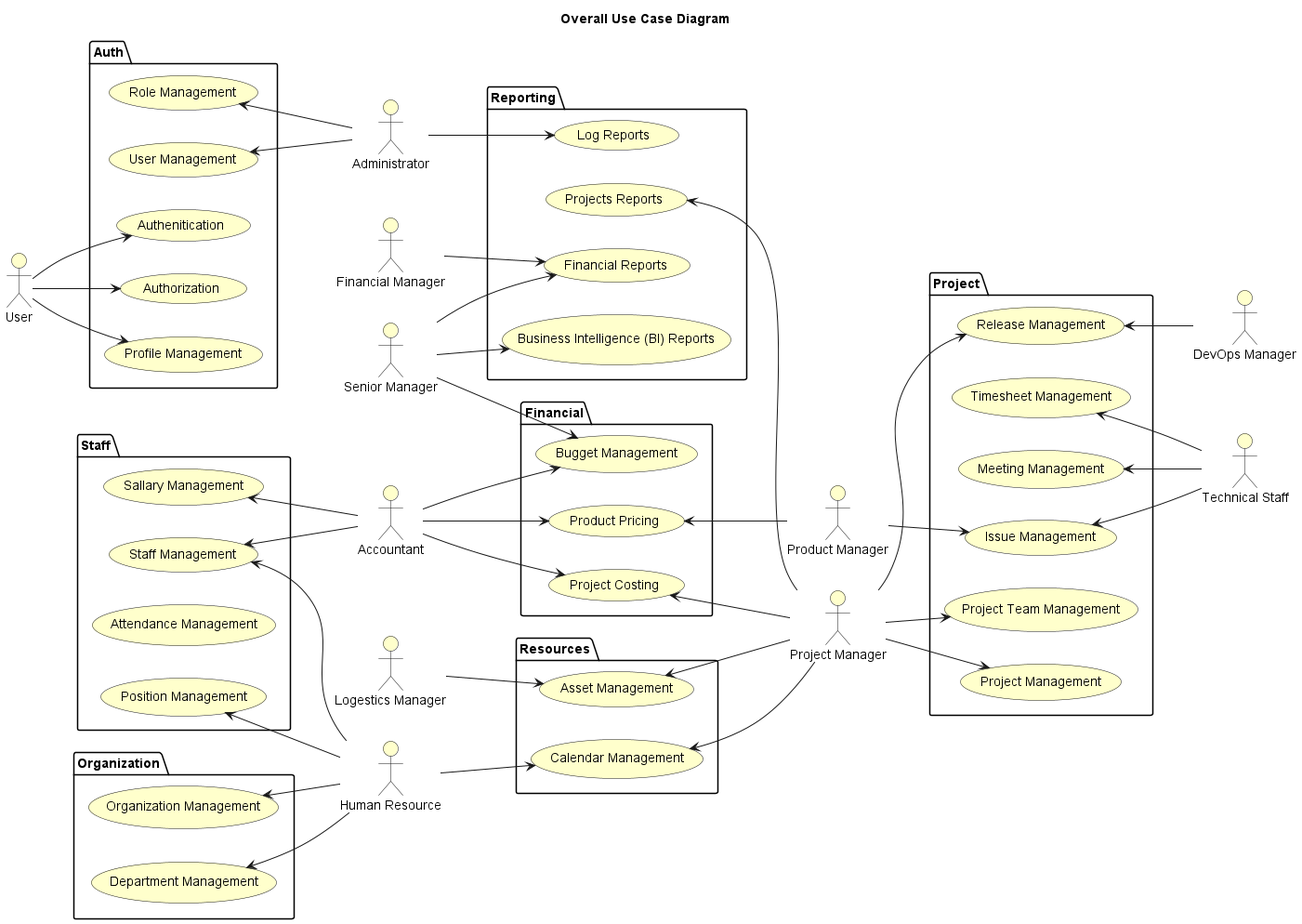
Above: HorizonUml/out/UseCase/Use Case/Overall/OverallUseCaseDiagram.png in mahyaresteki/Horizon (PlantUML), before the change.
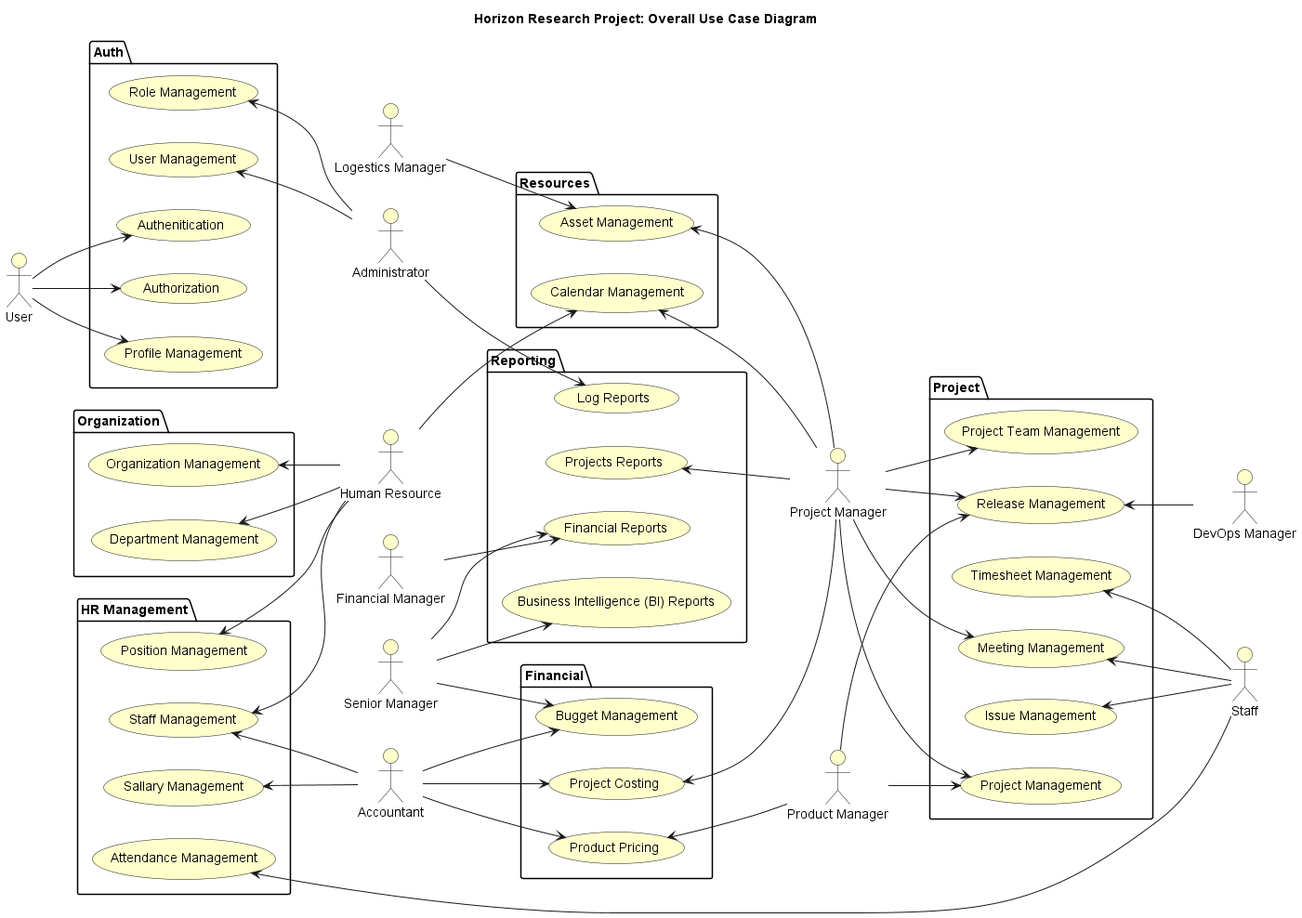
Later version of the same file.

Change to the diagram source:
```diff
@@ -4,7 +4,7 @@
 skinparam useCaseBackgroundColor #Business
 skinparam actorBackgroundColor #Business
 
-title Overall Use Case Diagram
+title Horizon Research Project: Overall Use Case Diagram
 
 :User: as User
 :Senior Manager: as SeniorManager
@@ -13,10 +13,12 @@
 :Administrator: as Admin
 :Human Resource: as HR
 :Accountant: as Accountant
-:Technical Staff: as TechnicalStaff
+:Staff: as Staff
 :DevOps Manager: as DevOpsManager
 :Logestics Manager: as LogesticsManager
 :Product Manager: as ProductManager
+:Staff: as Staff
+
 
 package "Auth"{
     usecase "Role Management" as roleManagement
@@ -31,7 +33,7 @@
     usecase "Department Management" as departmentManagement
 }
 
-package "Staff"{
+package "HR Management"{
     usecase "Position Management" as positionManagement
     usecase "Staff Management" as staffManagement
     usecase "Attendance Management" as attendanceManagement
@@ -71,6 +73,7 @@
 User --> authentication
 User --> authorization
 User --> profileManagement
+Staff --> attendanceManagement
 roleManagement <-- Admin
 userManagement <-- Admin
 staffManagement <-- HR
@@ -80,7 +83,6 @@
 Accountant --> pricing
 Accountant --> bugget
 pricing <-- ProductManager
-ProductManager --> issueManagement
 costing <-- PMO
 SeniorManager --> bugget
 positionManagement <-- HR
@@ -89,15 +91,18 @@
 PMO --> projectManagement
 PMO --> projectTeamManagement
 PMO --> releaseManagement
+PMO --> meetingManagement
+ProductManager --> releaseManagement
+ProductManager --> projectManagement
 HR --> calendarManagement
 assetManagement <-- PMO
 calendarManagement <-- PMO
 LogesticsManager --> assetManagement
 
 releaseManagement <-- DevOpsManager
-issueManagement <-- TechnicalStaff
-meetingManagement <-- TechnicalStaff
-timesheetManagement <-- TechnicalStaff
+issueManagement <-- Staff
+meetingManagement <-- Staff
+timesheetManagement <-- Staff
 
 Admin --> logReport
 Fmanager --> financialReport
```
